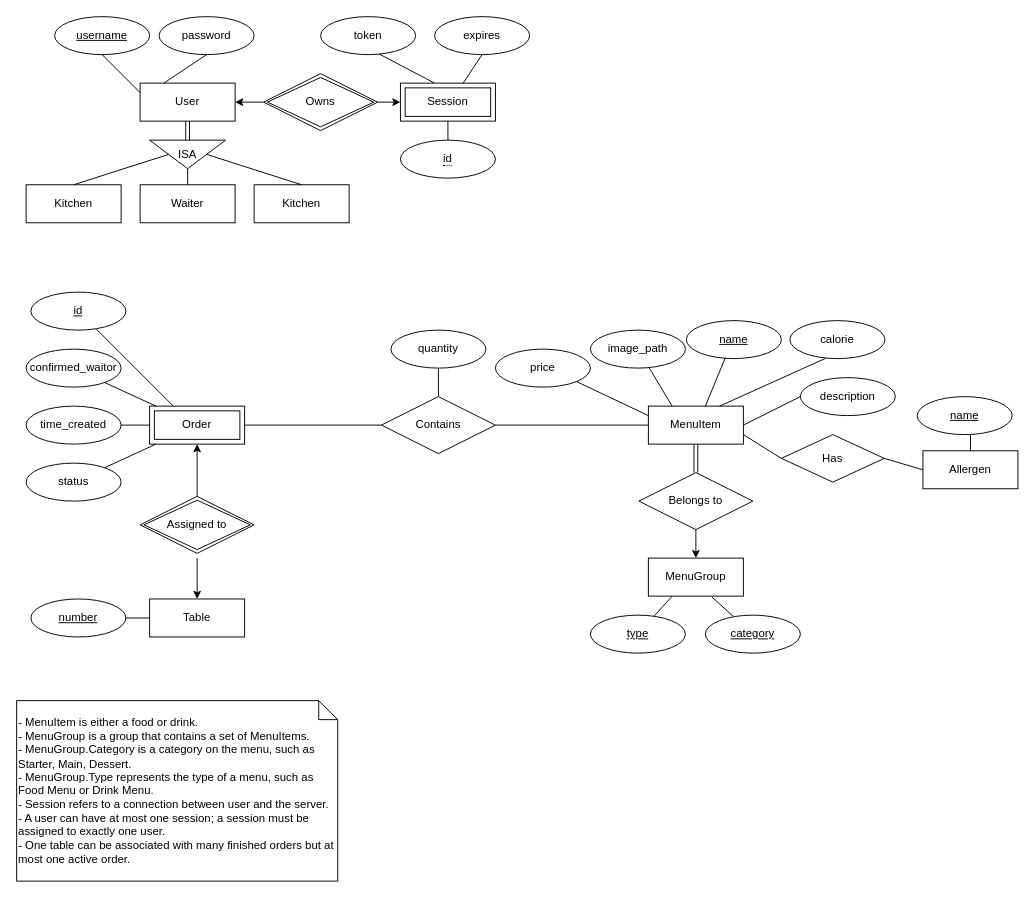
Spencer-Georgiou/Uni-Y2-Team keeps this draw.io diagram as doc/backend/database-design/ER-diagram.drawio. Above is the earlier version. Source tidied: cells renumbered, new cells numbered last; positions are measured from the earlier drawing's top-left corner, leaving out a move shared by most shapes. Both pictures are drawn from the tidied source at 95%, with x=0, y=0 at pixel (16, 16).
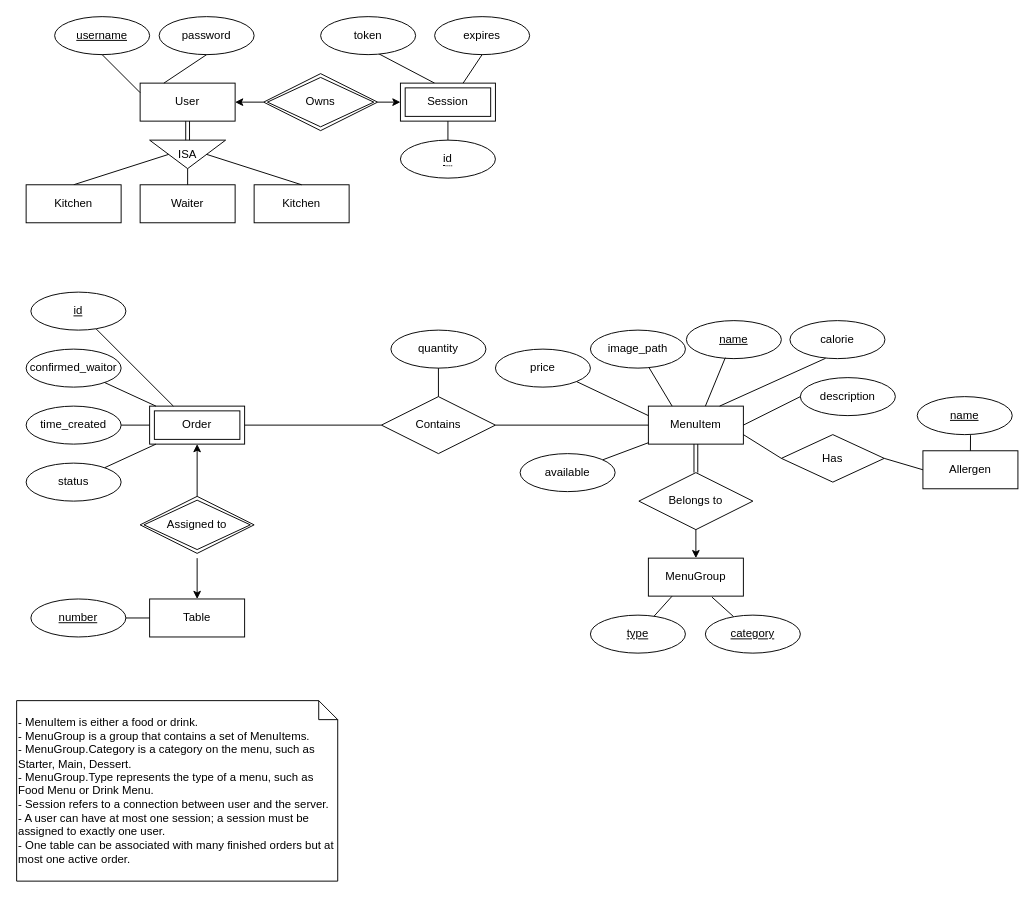
The same page after the edit.

The change refers to these unchanged cells:
```xml
<mxCell id="11" value="&lt;div style=&quot;text-align: start;&quot;&gt;MenuItem&lt;/div&gt;" style="whiteSpace=wrap;html=1;align=center;rounded=0;shadow=0;sketch=0;strokeColor=default;" parent="1" vertex="1">
  <mxGeometry x="665" y="410" width="100" height="40" as="geometry" />
</mxCell>
```

Change to the diagram source:
```diff
@@
+    <mxCell id="71" style="edgeStyle=none;html=1;endArrow=none;endFill=0;" parent="1" edge="1" source="72" target="11">
+      <mxGeometry relative="1" as="geometry" />
+    </mxCell>
+    <mxCell id="72" value="available" style="ellipse;whiteSpace=wrap;html=1;align=center;" parent="1" vertex="1">
+      <mxGeometry x="530" y="460" width="100" height="40" as="geometry" />
+    </mxCell>
```
